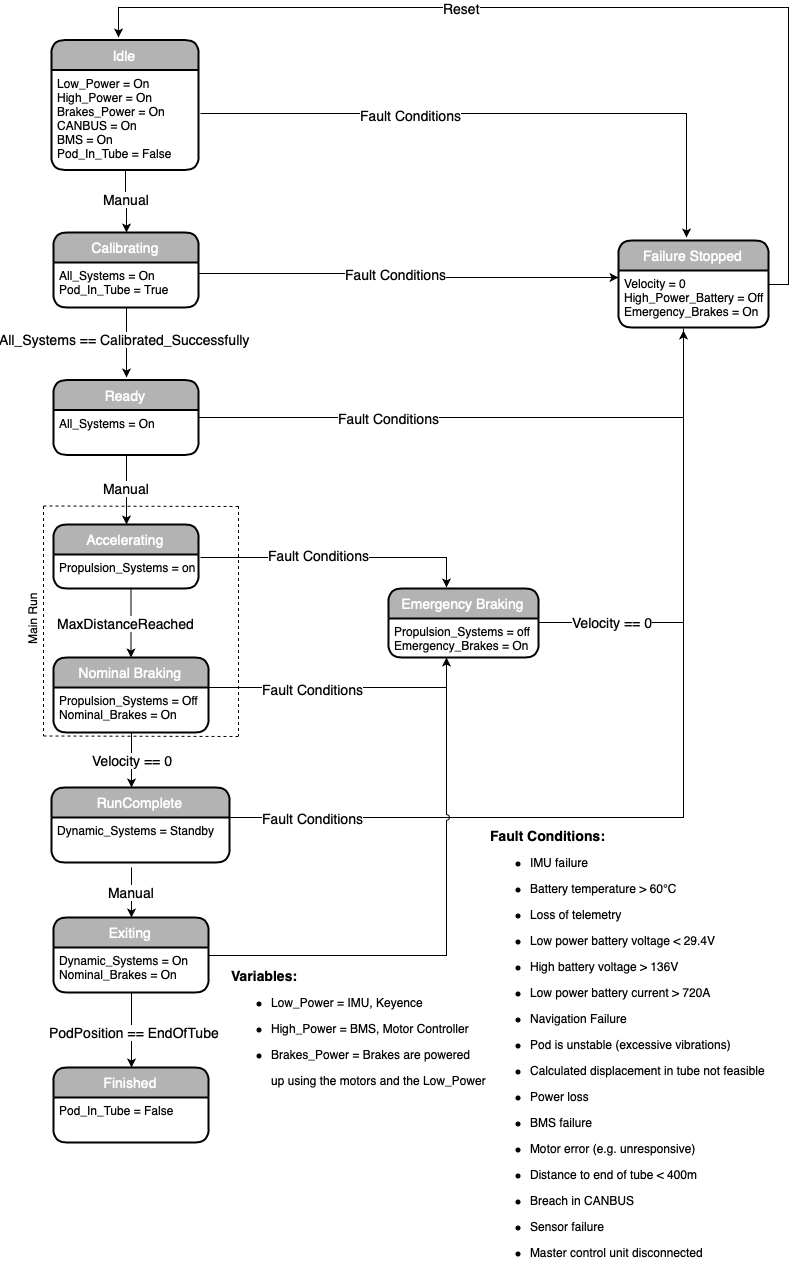
This is src/state_machine/statechartElon.png from Hyp-ed/hyped-2019, a draw.io export, as it was before one commit. Source tidied: cells renumbered, new cells last; positions are measured from the earlier drawing's top-left corner, leaving out a move shared by most shapes.
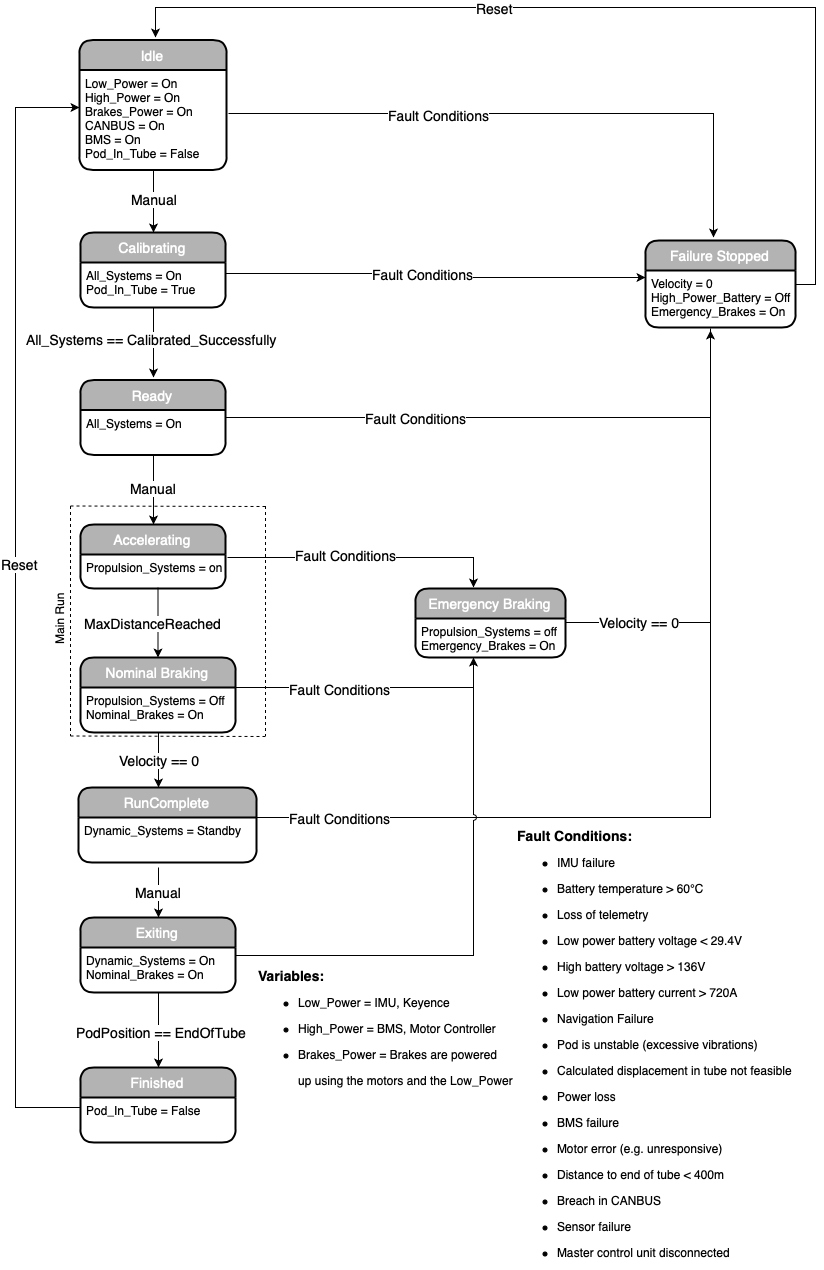
The same file after the commit.

Commit message:
Added new Reset transition

What changed in the source:
```diff
@@ -135,7 +135,7 @@
       <mxGeometry y="593.5" width="70" height="20" as="geometry" />
     </mxCell>
     <mxCell id="28" value="Idle" style="swimlane;horizontal=1;startSize=30;fillColor=#B3B3B3;fontColor=#FFFFFF;rounded=1;fontSize=14;fontStyle=0;strokeWidth=2;shadow=0;dashed=0;align=center;" parent="1" vertex="1">
-      <mxGeometry x="53" y="32.5" width="147" height="130" as="geometry" />
+      <mxGeometry x="54" y="32.5" width="147" height="130" as="geometry" />
     </mxCell>
     <mxCell id="29" value="Low_Power = On&#10;High_Power = On&#10;Brakes_Power = On&#10;CANBUS = On&#10;BMS = On&#10;Pod_In_Tube = False&#10;" style="align=left;strokeColor=none;fillColor=none;spacingLeft=4;fontSize=12;verticalAlign=top;" parent="28" vertex="1">
       <mxGeometry y="30" width="147" height="100" as="geometry" />
@@ -209,11 +209,12 @@
     </mxCell>
     <mxCell id="51" style="edgeStyle=orthogonalEdgeStyle;rounded=0;jettySize=auto;html=1;" parent="1" edge="1" source="53">
       <mxGeometry relative="1" as="geometry">
-        <mxPoint x="120" y="30" as="targetPoint" />
+        <mxPoint x="130" y="30" as="targetPoint" />
         <Array as="points">
           <mxPoint x="790" y="277" />
           <mxPoint x="790" />
-          <mxPoint x="120" />
+          <mxPoint x="130" />
+          <mxPoint x="130" y="30" />
         </Array>
       </mxGeometry>
     </mxCell>
@@ -240,5 +241,18 @@
     <mxCell id="58" value="Propulsion_Systems = off&#10;Emergency_Brakes = On&#10;" style="align=left;strokeColor=none;fillColor=none;spacingLeft=4;fontSize=12;verticalAlign=top;" parent="57" vertex="1">
       <mxGeometry y="30" width="150" height="39" as="geometry" />
     </mxCell>
+    <mxCell id="59" style="edgeStyle=orthogonalEdgeStyle;rounded=0;jettySize=auto;html=1;" parent="1" edge="1" source="50">
+      <mxGeometry relative="1" as="geometry">
+        <mxPoint x="54" y="100" as="targetPoint" />
+        <Array as="points">
+          <mxPoint x="-10" y="1100" />
+          <mxPoint x="-10" y="100" />
+          <mxPoint x="54" y="100" />
+        </Array>
+      </mxGeometry>
+    </mxCell>
+    <mxCell id="60" value="&lt;font style=&quot;font-size: 14px&quot;&gt;Reset&lt;/font&gt;" style="text;html=1;align=center;verticalAlign=middle;labelBackgroundColor=#ffffff;" parent="59" vertex="1">
+      <mxGeometry x="0.08" y="-3" relative="1" as="geometry" />
+    </mxCell>
   </root>
 </mxGraphModel>
```
